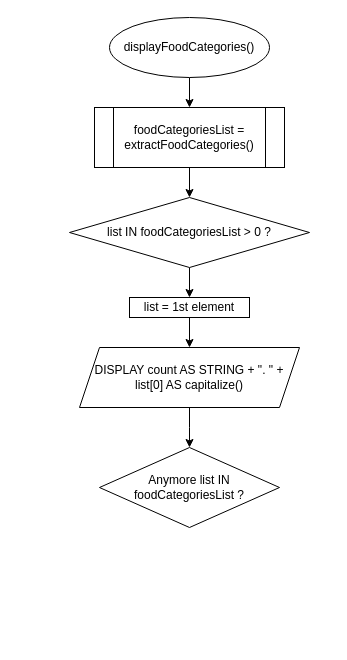
Before: page "displayFoodCategories" (17 of 41) of Documentation/All_Flowcharts.drawio in 0xYudhishthra/python-assignment, a draw.io diagram. Source tidied: cells renumbered, new cells numbered last; positions are measured from the earlier drawing's top-left corner, leaving out a move shared by most shapes. Both pictures are drawn from the tidied source at 100%, with x=0, y=0 at pixel (69, 17).
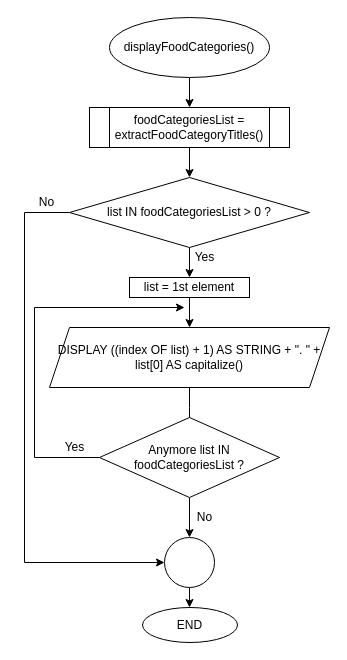
The same page after the edit.

Diff of the diagram source:
```diff
@@
-    <mxCell id="4" value="foodCategoriesList = extractFoodCategories()" style="shape=process;whiteSpace=wrap;html=1;backgroundOutline=1;" parent="1" vertex="1">
-      <mxGeometry x="25" y="90" width="190" height="60" as="geometry" />
+    <mxCell id="4" value="foodCategoriesList = extractFoodCategoryTitles()" style="shape=process;whiteSpace=wrap;html=1;backgroundOutline=1;" parent="1" vertex="1">
+      <mxGeometry x="20" y="90" width="200" height="40" as="geometry" />
     </mxCell>
@@
+    <mxCell id="13" style="edgeStyle=orthogonalEdgeStyle;rounded=0;jettySize=auto;html=1;entryX=0;entryY=0.5;entryDx=0;entryDy=0;" parent="1" edge="1" source="7" target="18">
+      <mxGeometry relative="1" as="geometry">
+        <Array as="points">
+          <mxPoint x="-45" y="195" />
+          <mxPoint x="-45" y="545" />
+        </Array>
+      </mxGeometry>
+    </mxCell>
     <mxCell id="7" value="list IN foodCategoriesList &amp;gt; 0 ?" style="rhombus;whiteSpace=wrap;html=1;" parent="1" vertex="1">
-      <mxGeometry y="180" width="240" height="70" as="geometry" />
+      <mxGeometry y="160" width="240" height="70" as="geometry" />
     </mxCell>
@@
     <mxCell id="9" value="list = 1st element" style="whiteSpace=wrap;html=1;" parent="1" vertex="1">
-      <mxGeometry x="60" y="280" width="120" height="20" as="geometry" />
+      <mxGeometry x="60" y="260" width="120" height="20" as="geometry" />
     </mxCell>
     <mxCell id="10" style="edgeStyle=orthogonalEdgeStyle;rounded=0;jettySize=auto;html=1;" parent="1" edge="1" source="11">
       <mxGeometry relative="1" as="geometry">
-        <mxPoint x="120" y="430" as="targetPoint" />
+        <mxPoint x="120" y="410" as="targetPoint" />
       </mxGeometry>
     </mxCell>
-    <mxCell id="11" value="DISPLAY count AS STRING + &quot;. &quot; + list[0] AS capitalize()" style="shape=parallelogram;perimeter=parallelogramPerimeter;whiteSpace=wrap;html=1;fixedSize=1;" parent="1" vertex="1">
-      <mxGeometry x="10" y="330" width="220" height="60" as="geometry" />
+    <mxCell id="11" value="DISPLAY ((index OF list) + 1) AS STRING + &quot;. &quot; + list[0] AS capitalize()" style="shape=parallelogram;perimeter=parallelogramPerimeter;whiteSpace=wrap;html=1;fixedSize=1;" parent="1" vertex="1">
+      <mxGeometry x="-20" y="310" width="280" height="60" as="geometry" />
     </mxCell>
+    <mxCell id="14" style="edgeStyle=orthogonalEdgeStyle;rounded=0;jettySize=auto;html=1;exitX=0;exitY=0.5;exitDx=0;exitDy=0;" parent="1" edge="1" source="12">
+      <mxGeometry relative="1" as="geometry">
+        <mxPoint x="115" y="290" as="targetPoint" />
+        <Array as="points">
+          <mxPoint x="-35" y="440" />
+          <mxPoint x="-35" y="290" />
+        </Array>
+      </mxGeometry>
+    </mxCell>
+    <mxCell id="15" style="edgeStyle=orthogonalEdgeStyle;rounded=0;jettySize=auto;html=1;entryX=0.5;entryY=0;entryDx=0;entryDy=0;" parent="1" edge="1" source="12" target="18">
+      <mxGeometry relative="1" as="geometry" />
+    </mxCell>
     <mxCell id="12" value="Anymore list IN foodCategoriesList ?" style="rhombus;whiteSpace=wrap;html=1;" parent="1" vertex="1">
-      <mxGeometry x="30" y="430" width="180" height="80" as="geometry" />
+      <mxGeometry x="30" y="400" width="180" height="80" as="geometry" />
     </mxCell>
+    <mxCell id="16" value="Yes" style="text;html=1;align=center;verticalAlign=middle;strokeColor=none;" parent="1" vertex="1">
+      <mxGeometry x="-15" y="420" width="40" height="20" as="geometry" />
+    </mxCell>
+    <mxCell id="17" style="edgeStyle=orthogonalEdgeStyle;rounded=0;jettySize=auto;html=1;" parent="1" edge="1" source="18" target="22">
+      <mxGeometry relative="1" as="geometry" />
+    </mxCell>
+    <mxCell id="18" style="ellipse;whiteSpace=wrap;html=1;" parent="1" vertex="1">
+      <mxGeometry x="95" y="520" width="50" height="50" as="geometry" />
+    </mxCell>
+    <mxCell id="19" value="No" style="text;html=1;align=center;verticalAlign=middle;strokeColor=none;" parent="1" vertex="1">
+      <mxGeometry x="120" y="490" width="30" height="20" as="geometry" />
+    </mxCell>
+    <mxCell id="20" value="Yes" style="text;html=1;align=center;verticalAlign=middle;strokeColor=none;" parent="1" vertex="1">
+      <mxGeometry x="115" y="230" width="40" height="20" as="geometry" />
+    </mxCell>
+    <mxCell id="21" value="No" style="text;html=1;align=center;verticalAlign=middle;strokeColor=none;" parent="1" vertex="1">
+      <mxGeometry x="-38" y="175" width="30" height="20" as="geometry" />
+    </mxCell>
+    <mxCell id="22" value="END" style="ellipse;whiteSpace=wrap;html=1;" parent="1" vertex="1">
+      <mxGeometry x="73" y="590" width="95" height="35" as="geometry" />
+    </mxCell>
```
